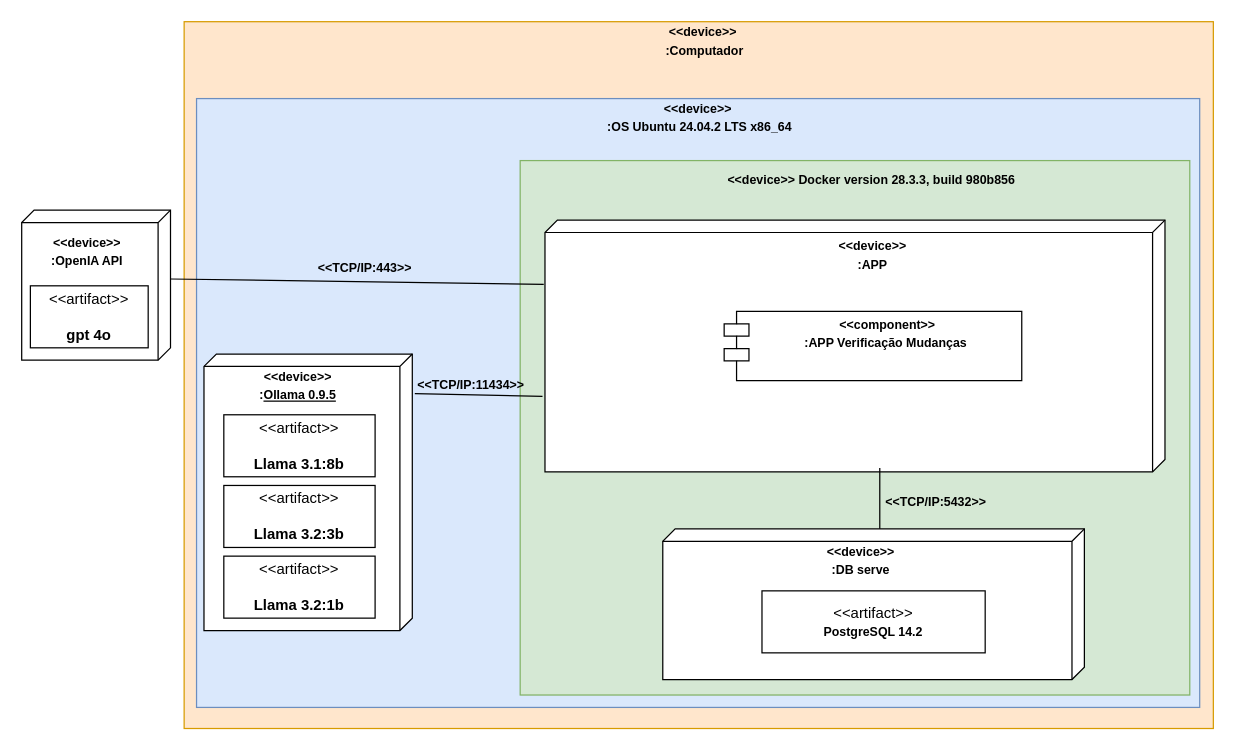
Earlier version of the draw.io diagram docs/diagrama_implementacao_do_sistema.drawio (rafaelfreitaslima29/siconv_valida). Source tidied: cells renumbered, new cells numbered last; positions are measured from the earlier drawing's top-left corner, leaving out a move shared by most shapes. Both pictures are drawn from the tidied source at 124%, with x=0, y=0 at pixel (21, 21).
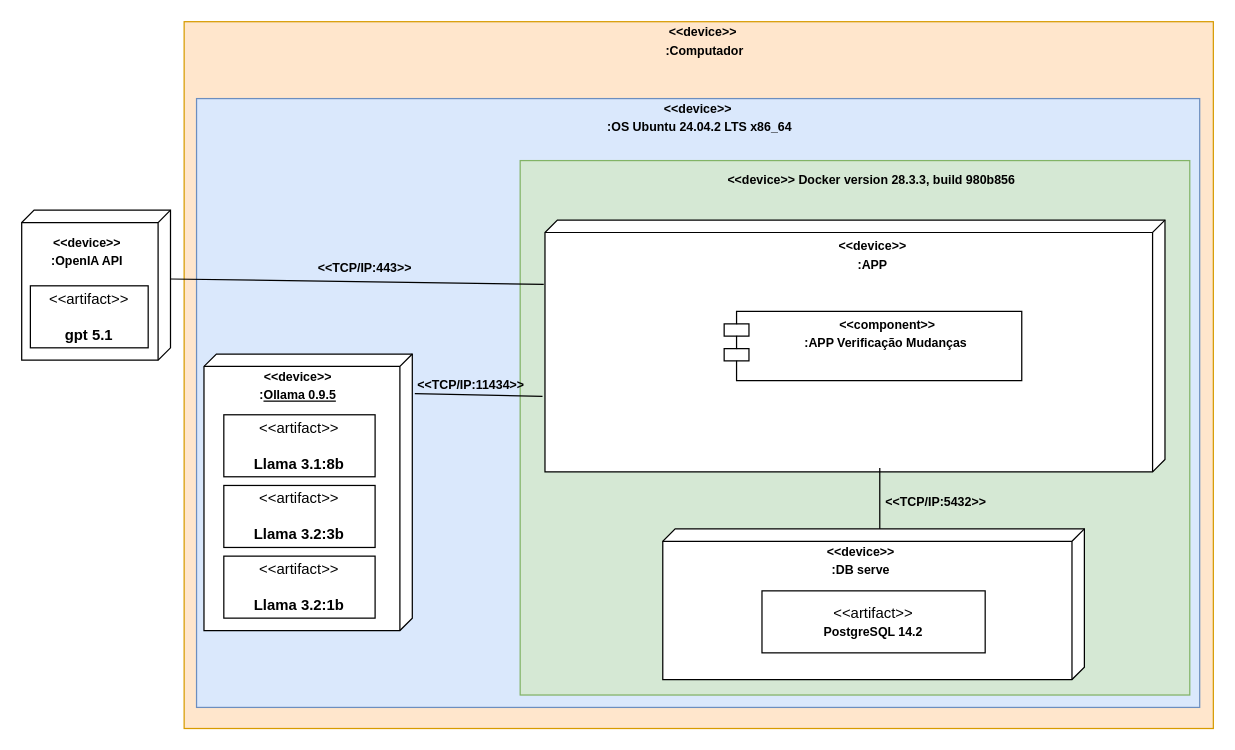
The same diagram, later.

The edit, as a diff of the source:
```diff
@@
-    <mxCell id="21" value="&amp;lt;&amp;lt;artifact&amp;gt;&amp;gt;&lt;br&gt;&lt;br&gt;&lt;b&gt;gpt 4o&lt;/b&gt;" style="html=1;align=center;verticalAlign=middle;dashed=0;whiteSpace=wrap;" parent="1" vertex="1">
+    <mxCell id="21" value="&amp;lt;&amp;lt;artifact&amp;gt;&amp;gt;&lt;br&gt;&lt;br&gt;&lt;b&gt;gpt 5.1&lt;/b&gt;" style="html=1;align=center;verticalAlign=middle;dashed=0;whiteSpace=wrap;" parent="1" vertex="1">
       <mxGeometry x="7" y="213" width="95" height="50" as="geometry" />
     </mxCell>
```
